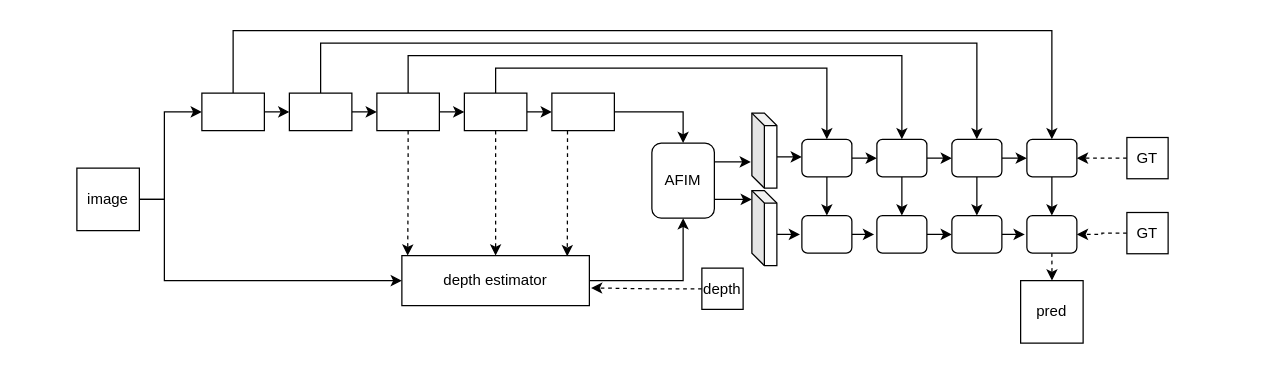
Earlier version of the draw.io diagram uta.drawio (Hymhh/hymhh). Source tidied: cells renumbered, new cells numbered last; positions are measured from the earlier drawing's top-left corner, leaving out a move shared by most shapes. Both pictures are drawn from the tidied source at 125%, with x=0, y=0 at pixel (76, 30).
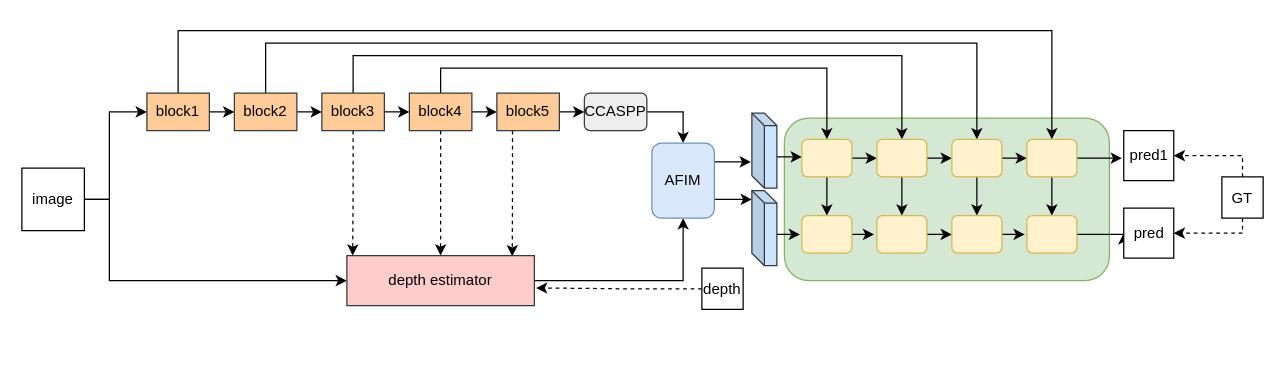
After the change.

The edit, as a diff of the source:
```diff
@@
+    <mxCell id="57" style="rounded=1;whiteSpace=wrap;html=1;fillColor=#d5e8d4;strokeColor=#82b366;" parent="1" vertex="1">
+      <mxGeometry x="566" y="70" width="260" height="130" as="geometry" />
+    </mxCell>
     <mxCell id="2" style="edgeStyle=orthogonalEdgeStyle;rounded=0;jettySize=auto;html=1;exitX=1;exitY=0.5;exitDx=0;exitDy=0;entryX=0;entryY=0.5;entryDx=0;entryDy=0;" parent="1" edge="1" source="4" target="23">
       <mxGeometry relative="1" as="geometry">
         <Array as="points">
-          <mxPoint x="70" y="135" />
-          <mxPoint x="70" y="200" />
+          <mxPoint x="26" y="135" />
+          <mxPoint x="26" y="200" />
         </Array>
       </mxGeometry>
     </mxCell>
     <mxCell id="3" style="edgeStyle=orthogonalEdgeStyle;rounded=0;jettySize=auto;html=1;exitX=1;exitY=0.5;exitDx=0;exitDy=0;entryX=0;entryY=0.5;entryDx=0;entryDy=0;" parent="1" edge="1" source="4" target="7">
       <mxGeometry relative="1" as="geometry">
         <Array as="points">
-          <mxPoint x="70" y="135" />
-          <mxPoint x="70" y="65" />
+          <mxPoint x="26" y="135" />
+          <mxPoint x="26" y="65" />
         </Array>
       </mxGeometry>
     </mxCell>
     <mxCell id="4" value="image" style="whiteSpace=wrap;html=1;" parent="1" vertex="1">
-      <mxGeometry y="110" width="50" height="50" as="geometry" />
+      <mxGeometry x="-44" y="110" width="50" height="50" as="geometry" />
     </mxCell>
@@
     <mxCell id="6" style="edgeStyle=orthogonalEdgeStyle;rounded=0;jettySize=auto;html=1;exitX=0.5;exitY=0;exitDx=0;exitDy=0;entryX=0.5;entryY=0;entryDx=0;entryDy=0;" parent="1" edge="1" source="7" target="41">
       <mxGeometry relative="1" as="geometry">
         <Array as="points">
-          <mxPoint x="125" />
+          <mxPoint x="81" />
           <mxPoint x="780" />
         </Array>
       </mxGeometry>
     </mxCell>
-    <mxCell id="7" style="rounded=0;whiteSpace=wrap;html=1;" parent="1" vertex="1">
-      <mxGeometry x="100" y="50" width="50" height="30" as="geometry" />
+    <mxCell id="7" value="block1" style="rounded=0;whiteSpace=wrap;html=1;fillColor=#ffcc99;strokeColor=#36393d;" parent="1" vertex="1">
+      <mxGeometry x="56" y="50" width="50" height="30" as="geometry" />
     </mxCell>
@@
     <mxCell id="9" style="edgeStyle=orthogonalEdgeStyle;rounded=0;jettySize=auto;html=1;exitX=0.5;exitY=0;exitDx=0;exitDy=0;entryX=0.5;entryY=0;entryDx=0;entryDy=0;" parent="1" edge="1" source="10" target="39">
       <mxGeometry relative="1" as="geometry">
         <Array as="points">
-          <mxPoint x="195" y="10" />
+          <mxPoint x="151" y="10" />
           <mxPoint x="720" y="10" />
         </Array>
       </mxGeometry>
     </mxCell>
-    <mxCell id="10" style="rounded=0;whiteSpace=wrap;html=1;" parent="1" vertex="1">
-      <mxGeometry x="170" y="50" width="50" height="30" as="geometry" />
+    <mxCell id="10" value="&lt;font face=&quot;helvetica&quot;&gt;block2&lt;/font&gt;" style="rounded=0;whiteSpace=wrap;html=1;fillColor=#ffcc99;strokeColor=#36393d;" parent="1" vertex="1">
+      <mxGeometry x="126" y="50" width="50" height="30" as="geometry" />
     </mxCell>
@@
-    <mxCell id="14" style="rounded=0;whiteSpace=wrap;html=1;" parent="1" vertex="1">
-      <mxGeometry x="310" y="50" width="50" height="30" as="geometry" />
+    <mxCell id="14" value="block4" style="rounded=0;whiteSpace=wrap;html=1;fillColor=#ffcc99;strokeColor=#36393d;" parent="1" vertex="1">
+      <mxGeometry x="266" y="50" width="50" height="30" as="geometry" />
     </mxCell>
@@
     <mxCell id="17" style="edgeStyle=orthogonalEdgeStyle;rounded=0;jettySize=auto;html=1;exitX=0.5;exitY=0;exitDx=0;exitDy=0;entryX=0.5;entryY=0;entryDx=0;entryDy=0;" parent="1" edge="1" source="18" target="36">
       <mxGeometry relative="1" as="geometry">
         <Array as="points">
-          <mxPoint x="265" y="20" />
+          <mxPoint x="221" y="20" />
           <mxPoint x="660" y="20" />
         </Array>
       </mxGeometry>
     </mxCell>
-    <mxCell id="18" style="rounded=0;whiteSpace=wrap;html=1;" parent="1" vertex="1">
-      <mxGeometry x="240" y="50" width="50" height="30" as="geometry" />
+    <mxCell id="18" value="block3" style="rounded=0;whiteSpace=wrap;html=1;fillColor=#ffcc99;strokeColor=#36393d;" parent="1" vertex="1">
+      <mxGeometry x="196" y="50" width="50" height="30" as="geometry" />
     </mxCell>
@@
-    <mxCell id="20" style="edgeStyle=orthogonalEdgeStyle;rounded=0;jettySize=auto;html=1;exitX=1;exitY=0.5;exitDx=0;exitDy=0;entryX=0.5;entryY=0;entryDx=0;entryDy=0;" parent="1" edge="1" source="21" target="26">
+    <mxCell id="20" style="edgeStyle=orthogonalEdgeStyle;rounded=0;jettySize=auto;html=1;entryX=0.5;entryY=0;entryDx=0;entryDy=0;exitX=1;exitY=0.5;exitDx=0;exitDy=0;" parent="1" edge="1" source="63" target="26">
       <mxGeometry relative="1" as="geometry" />
     </mxCell>
+    <mxCell id="58" style="edgeStyle=orthogonalEdgeStyle;rounded=0;jettySize=auto;html=1;exitX=1;exitY=0.5;exitDx=0;exitDy=0;entryX=0;entryY=0.5;entryDx=0;entryDy=0;" parent="1" edge="1" source="21" target="63">
+      <mxGeometry relative="1" as="geometry" />
+    </mxCell>
-    <mxCell id="21" style="rounded=0;whiteSpace=wrap;html=1;" parent="1" vertex="1">
-      <mxGeometry x="380" y="50" width="50" height="30" as="geometry" />
+    <mxCell id="21" value="block5" style="rounded=0;whiteSpace=wrap;html=1;fillColor=#ffcc99;strokeColor=#36393d;" parent="1" vertex="1">
+      <mxGeometry x="336" y="50" width="50" height="30" as="geometry" />
     </mxCell>
@@
-    <mxCell id="23" value="depth estimator" style="rounded=0;whiteSpace=wrap;html=1;" parent="1" vertex="1">
-      <mxGeometry x="260" y="180" width="150" height="40" as="geometry" />
+    <mxCell id="23" value="depth estimator" style="rounded=0;whiteSpace=wrap;html=1;fillColor=#ffcccc;strokeColor=#36393d;" parent="1" vertex="1">
+      <mxGeometry x="216" y="180" width="150" height="40" as="geometry" />
     </mxCell>
@@
-    <mxCell id="26" value="AFIM" style="rounded=1;whiteSpace=wrap;html=1;" parent="1" vertex="1">
+    <mxCell id="26" value="AFIM" style="rounded=1;whiteSpace=wrap;html=1;fillColor=#dae8fc;strokeColor=#6c8ebf;" parent="1" vertex="1">
       <mxGeometry x="460" y="90" width="50" height="60" as="geometry" />
     </mxCell>
@@
-    <mxCell id="28" style="shape=cube;whiteSpace=wrap;html=1;boundedLbl=1;backgroundOutline=1;darkOpacity=0.05;darkOpacity2=0.1;size=10;" parent="1" vertex="1">
+    <mxCell id="28" style="shape=cube;whiteSpace=wrap;html=1;boundedLbl=1;backgroundOutline=1;darkOpacity=0.05;darkOpacity2=0.1;size=10;fillColor=#cce5ff;strokeColor=#36393d;" parent="1" vertex="1">
       <mxGeometry x="540" y="66" width="20" height="60" as="geometry" />
     </mxCell>
@@
-    <mxCell id="30" style="shape=cube;whiteSpace=wrap;html=1;boundedLbl=1;backgroundOutline=1;darkOpacity=0.05;darkOpacity2=0.1;size=10;" parent="1" vertex="1">
+    <mxCell id="30" style="shape=cube;whiteSpace=wrap;html=1;boundedLbl=1;backgroundOutline=1;darkOpacity=0.05;darkOpacity2=0.1;size=10;fillColor=#cce5ff;strokeColor=#36393d;" parent="1" vertex="1">
       <mxGeometry x="540" y="128" width="20" height="60" as="geometry" />
     </mxCell>
@@
-    <mxCell id="33" style="rounded=1;whiteSpace=wrap;html=1;" parent="1" vertex="1">
+    <mxCell id="33" style="rounded=1;whiteSpace=wrap;html=1;fillColor=#fff2cc;strokeColor=#d6b656;" parent="1" vertex="1">
       <mxGeometry x="580" y="87" width="40" height="30" as="geometry" />
     </mxCell>
@@
-    <mxCell id="36" style="rounded=1;whiteSpace=wrap;html=1;" parent="1" vertex="1">
+    <mxCell id="36" style="rounded=1;whiteSpace=wrap;html=1;fillColor=#fff2cc;strokeColor=#d6b656;" parent="1" vertex="1">
       <mxGeometry x="640" y="87" width="40" height="30" as="geometry" />
     </mxCell>
@@
-    <mxCell id="39" style="rounded=1;whiteSpace=wrap;html=1;" parent="1" vertex="1">
+    <mxCell id="39" style="rounded=1;whiteSpace=wrap;html=1;fillColor=#fff2cc;strokeColor=#d6b656;" parent="1" vertex="1">
       <mxGeometry x="700" y="87" width="40" height="30" as="geometry" />
     </mxCell>
@@
+    <mxCell id="59" style="edgeStyle=orthogonalEdgeStyle;rounded=0;jettySize=auto;html=1;exitX=1;exitY=0.5;exitDx=0;exitDy=0;" parent="1" edge="1" source="41">
+      <mxGeometry relative="1" as="geometry">
+        <mxPoint x="836" y="101.7" as="targetPoint" />
+      </mxGeometry>
+    </mxCell>
-    <mxCell id="41" style="rounded=1;whiteSpace=wrap;html=1;" parent="1" vertex="1">
+    <mxCell id="41" style="rounded=1;whiteSpace=wrap;html=1;fillColor=#fff2cc;strokeColor=#d6b656;" parent="1" vertex="1">
       <mxGeometry x="760" y="87" width="40" height="30" as="geometry" />
     </mxCell>
@@
-    <mxCell id="43" style="rounded=1;whiteSpace=wrap;html=1;" parent="1" vertex="1">
+    <mxCell id="43" style="rounded=1;whiteSpace=wrap;html=1;fillColor=#fff2cc;strokeColor=#d6b656;" parent="1" vertex="1">
       <mxGeometry x="580" y="148" width="40" height="30" as="geometry" />
     </mxCell>
@@
-    <mxCell id="45" style="rounded=1;whiteSpace=wrap;html=1;" parent="1" vertex="1">
+    <mxCell id="45" style="rounded=1;whiteSpace=wrap;html=1;fillColor=#fff2cc;strokeColor=#d6b656;" parent="1" vertex="1">
       <mxGeometry x="640" y="148" width="40" height="30" as="geometry" />
     </mxCell>
-    <mxCell id="46" style="edgeStyle=orthogonalEdgeStyle;rounded=0;jettySize=auto;html=1;exitX=0.5;exitY=1;exitDx=0;exitDy=0;dashed=1;" parent="1" edge="1" source="47">
-      <mxGeometry relative="1" as="geometry">
-        <mxPoint x="780.1" y="200" as="targetPoint" />
-      </mxGeometry>
-    </mxCell>
+    <mxCell id="60" style="edgeStyle=orthogonalEdgeStyle;rounded=0;jettySize=auto;html=1;exitX=1;exitY=0.5;exitDx=0;exitDy=0;entryX=0;entryY=0.5;entryDx=0;entryDy=0;" parent="1" edge="1" source="47" target="56">
+      <mxGeometry relative="1" as="geometry" />
+    </mxCell>
-    <mxCell id="47" style="rounded=1;whiteSpace=wrap;html=1;" parent="1" vertex="1">
+    <mxCell id="47" style="rounded=1;whiteSpace=wrap;html=1;fillColor=#fff2cc;strokeColor=#d6b656;" parent="1" vertex="1">
       <mxGeometry x="760" y="148" width="40" height="30" as="geometry" />
     </mxCell>
@@
-    <mxCell id="49" style="rounded=1;whiteSpace=wrap;html=1;" parent="1" vertex="1">
+    <mxCell id="49" style="rounded=1;whiteSpace=wrap;html=1;fillColor=#fff2cc;strokeColor=#d6b656;" parent="1" vertex="1">
       <mxGeometry x="700" y="148" width="40" height="30" as="geometry" />
     </mxCell>
-    <mxCell id="50" style="edgeStyle=orthogonalEdgeStyle;rounded=0;jettySize=auto;html=1;exitX=0;exitY=0.5;exitDx=0;exitDy=0;entryX=1;entryY=0.5;entryDx=0;entryDy=0;dashed=1;" parent="1" edge="1" source="51" target="41">
-      <mxGeometry relative="1" as="geometry" />
-    </mxCell>
+    <mxCell id="61" style="edgeStyle=orthogonalEdgeStyle;rounded=0;jettySize=auto;html=1;exitX=0.5;exitY=1;exitDx=0;exitDy=0;entryX=1;entryY=0.5;entryDx=0;entryDy=0;dashed=1;" parent="1" edge="1" source="51" target="56">
+      <mxGeometry relative="1" as="geometry">
+        <Array as="points">
+          <mxPoint x="933" y="162" />
+        </Array>
+      </mxGeometry>
+    </mxCell>
+    <mxCell id="62" style="edgeStyle=orthogonalEdgeStyle;rounded=0;jettySize=auto;html=1;exitX=0.5;exitY=0;exitDx=0;exitDy=0;dashed=1;" parent="1" edge="1" source="51" target="64">
+      <mxGeometry relative="1" as="geometry">
+        <Array as="points">
+          <mxPoint x="933" y="100" />
+        </Array>
+      </mxGeometry>
+    </mxCell>
     <mxCell id="51" value="GT" style="whiteSpace=wrap;html=1;" parent="1" vertex="1">
-      <mxGeometry x="840" y="85.5" width="33" height="33" as="geometry" />
+      <mxGeometry x="916" y="117" width="33" height="33" as="geometry" />
     </mxCell>
-    <mxCell id="52" style="edgeStyle=orthogonalEdgeStyle;rounded=0;jettySize=auto;html=1;exitX=0;exitY=0.5;exitDx=0;exitDy=0;entryX=1;entryY=0.5;entryDx=0;entryDy=0;dashed=1;" parent="1" edge="1" source="53" target="47">
-      <mxGeometry relative="1" as="geometry" />
-    </mxCell>
-    <mxCell id="53" value="GT" style="whiteSpace=wrap;html=1;" parent="1" vertex="1">
-      <mxGeometry x="840" y="145.5" width="33" height="33" as="geometry" />
-    </mxCell>
@@
     <mxCell id="56" value="pred" style="whiteSpace=wrap;html=1;" parent="1" vertex="1">
-      <mxGeometry x="755" y="200" width="50" height="50" as="geometry" />
+      <mxGeometry x="837.5" y="142" width="40" height="40" as="geometry" />
     </mxCell>
+    <mxCell id="63" value="CCASPP" style="rounded=1;whiteSpace=wrap;html=1;fillColor=#eeeeee;strokeColor=#36393d;" parent="1" vertex="1">
+      <mxGeometry x="406" y="50" width="50" height="30" as="geometry" />
+    </mxCell>
+    <mxCell id="64" value="pred1" style="whiteSpace=wrap;html=1;" parent="1" vertex="1">
+      <mxGeometry x="837.5" y="80" width="40" height="40" as="geometry" />
+    </mxCell>
```
